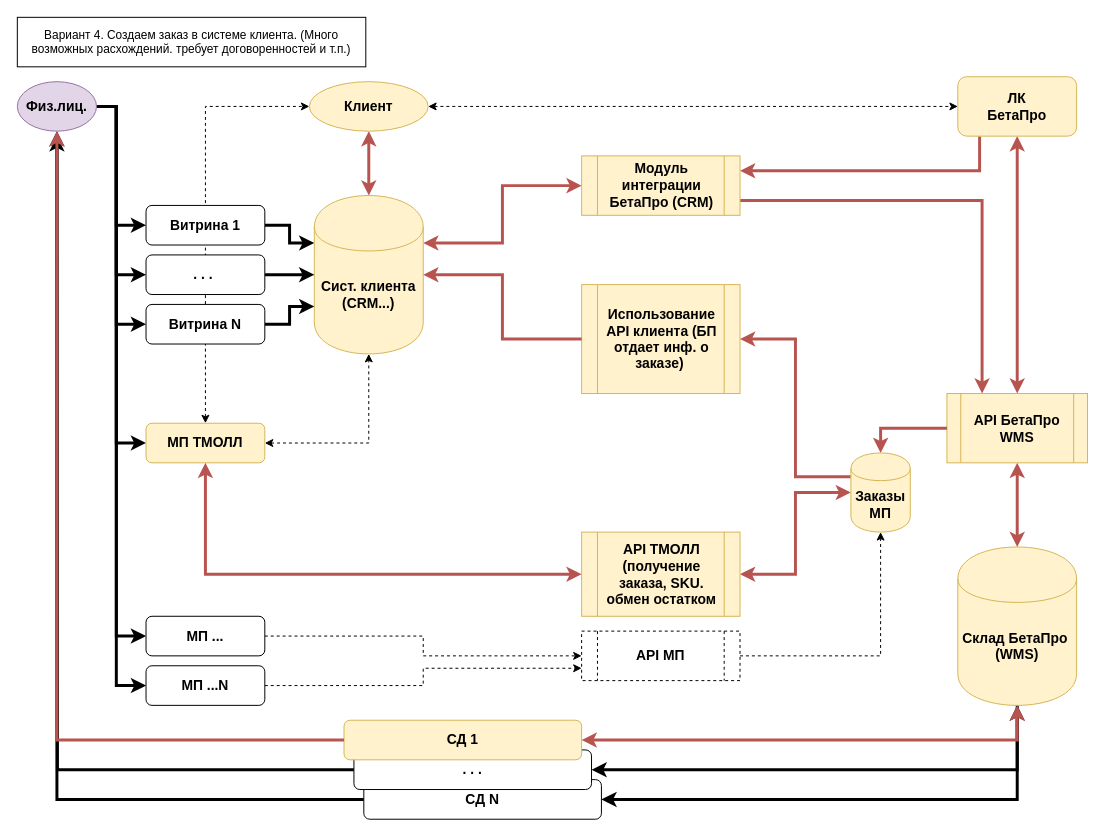
This is page "Ex_cr_ord" (5 of 5) of diag_1.drawio from BetaproRep/DOC_1, a draw.io file, before an edit. Source tidied: cells renumbered, new cells numbered last; positions are measured from the earlier drawing's top-left corner, leaving out a move shared by most shapes. Both pictures are drawn from the tidied source at 99%, with x=0, y=0 at pixel (17, 17).
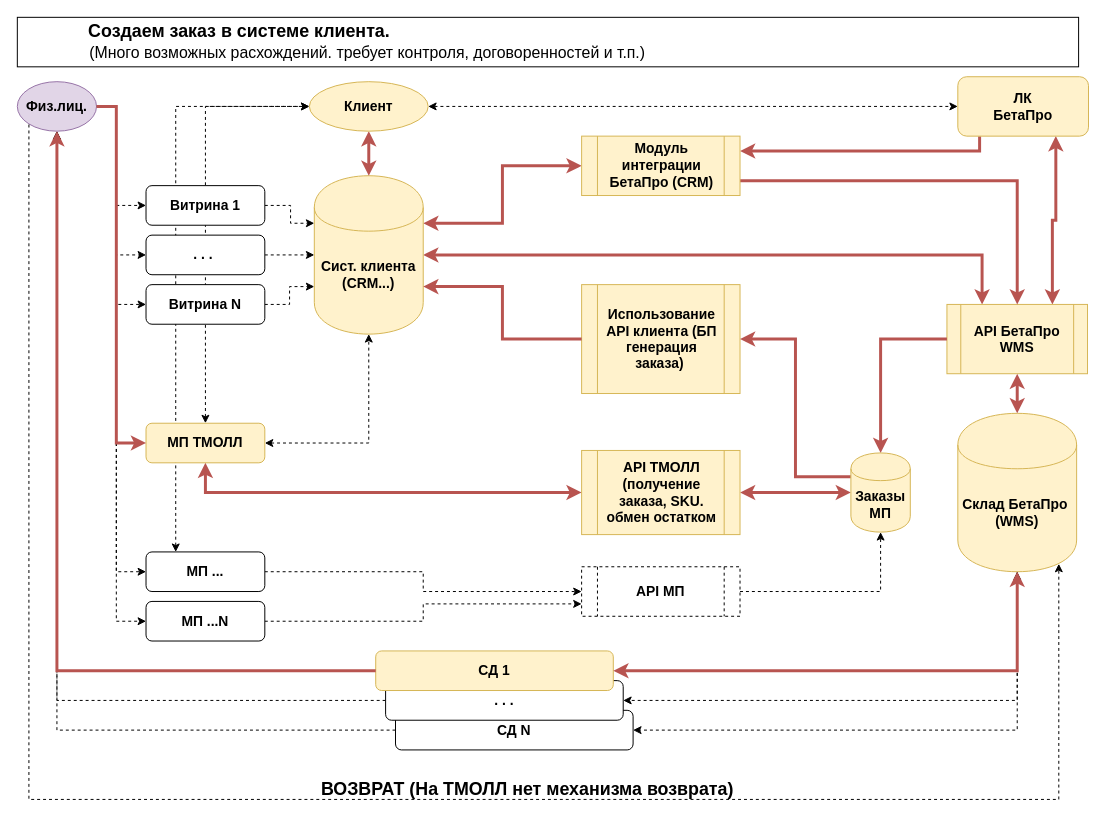
The same page after the edit.

The change refers to these unchanged cells:
```xml
<mxCell id="23" value="&lt;b&gt;&lt;font style=&quot;font-size: 14px&quot;&gt;МП ТМОЛЛ&lt;/font&gt;&lt;/b&gt;" style="shape=ext;rounded=1;html=1;whiteSpace=wrap;fillColor=#fff2cc;strokeColor=#d6b656;" parent="1" vertex="1">
  <mxGeometry x="130" y="410" width="120" height="40" as="geometry" />
</mxCell>
<mxCell id="40" value="&lt;b&gt;&lt;font style=&quot;font-size: 14px&quot;&gt;Клиент&lt;/font&gt;&lt;/b&gt;" style="ellipse;whiteSpace=wrap;html=1;fillColor=#fff2cc;strokeColor=#d6b656;" parent="1" vertex="1">
  <mxGeometry x="295" y="65" width="120" height="50" as="geometry" />
</mxCell>
<mxCell id="41" value="&lt;b&gt;&lt;font style=&quot;font-size: 14px&quot;&gt;Физ.лиц.&lt;/font&gt;&lt;/b&gt;" style="ellipse;whiteSpace=wrap;html=1;fillColor=#e1d5e7;strokeColor=#9673a6;" parent="1" vertex="1">
  <mxGeometry y="65" width="80" height="50" as="geometry" />
</mxCell>
```

What changed in the source:
```diff
@@
+    <mxCell id="55" style="edgeStyle=orthogonalEdgeStyle;rounded=0;jettySize=auto;html=1;exitX=0.25;exitY=0;exitDx=0;exitDy=0;entryX=0;entryY=0.5;entryDx=0;entryDy=0;dashed=1;startArrow=classic;startFill=1;endArrow=classic;endFill=1;strokeColor=#000000;strokeWidth=1;" parent="1" edge="1" source="29" target="40">
+      <mxGeometry relative="1" as="geometry" />
+    </mxCell>
-    <mxCell id="2" style="edgeStyle=orthogonalEdgeStyle;rounded=0;jettySize=auto;html=1;exitX=1;exitY=0.5;exitDx=0;exitDy=0;entryX=0;entryY=0.5;entryDx=0;entryDy=0;strokeWidth=3;" parent="1" edge="1" source="41" target="51">
+    <mxCell id="2" style="edgeStyle=orthogonalEdgeStyle;rounded=0;jettySize=auto;html=1;exitX=1;exitY=0.5;exitDx=0;exitDy=0;entryX=0;entryY=0.5;entryDx=0;entryDy=0;strokeWidth=1;dashed=1;" parent="1" edge="1" source="41" target="51">
       <mxGeometry relative="1" as="geometry">
         <Array as="points">
           <mxPoint x="100" y="90" />
-          <mxPoint x="100" y="210" />
+          <mxPoint x="100" y="190" />
         </Array>
       </mxGeometry>
     </mxCell>
-    <mxCell id="3" style="edgeStyle=orthogonalEdgeStyle;rounded=0;jettySize=auto;html=1;exitX=1;exitY=0.5;exitDx=0;exitDy=0;entryX=0;entryY=0.5;entryDx=0;entryDy=0;strokeWidth=3;" parent="1" edge="1" source="41" target="50">
+    <mxCell id="3" style="edgeStyle=orthogonalEdgeStyle;rounded=0;jettySize=auto;html=1;exitX=1;exitY=0.5;exitDx=0;exitDy=0;entryX=0;entryY=0.5;entryDx=0;entryDy=0;strokeWidth=1;dashed=1;" parent="1" edge="1" source="41" target="50">
       <mxGeometry relative="1" as="geometry">
         <Array as="points">
           <mxPoint x="100" y="90" />
-          <mxPoint x="100" y="260" />
+          <mxPoint x="100" y="240" />
         </Array>
       </mxGeometry>
     </mxCell>
-    <mxCell id="4" style="edgeStyle=orthogonalEdgeStyle;rounded=0;jettySize=auto;html=1;exitX=1;exitY=0.5;exitDx=0;exitDy=0;entryX=0;entryY=0.5;entryDx=0;entryDy=0;strokeWidth=3;" parent="1" edge="1" source="41" target="23">
-      <mxGeometry relative="1" as="geometry">
-        <Array as="points">
-          <mxPoint x="100" y="90" />
-          <mxPoint x="100" y="430" />
-        </Array>
-      </mxGeometry>
-    </mxCell>
-    <mxCell id="5" style="edgeStyle=orthogonalEdgeStyle;rounded=0;jettySize=auto;html=1;exitX=1;exitY=0.5;exitDx=0;exitDy=0;entryX=0;entryY=0.5;entryDx=0;entryDy=0;startArrow=none;startFill=0;endArrow=classic;endFill=1;strokeWidth=3;" parent="1" edge="1" source="41" target="27">
+    <mxCell id="5" style="edgeStyle=orthogonalEdgeStyle;rounded=0;jettySize=auto;html=1;exitX=1;exitY=0.5;exitDx=0;exitDy=0;entryX=0;entryY=0.5;entryDx=0;entryDy=0;startArrow=none;startFill=0;endArrow=classic;endFill=1;strokeWidth=1;dashed=1;" parent="1" edge="1" source="41" target="27">
       <mxGeometry relative="1" as="geometry">
         <Array as="points">
           <mxPoint x="100" y="90" />
-          <mxPoint x="100" y="310" />
+          <mxPoint x="100" y="290" />
         </Array>
       </mxGeometry>
     </mxCell>
-    <mxCell id="6" style="edgeStyle=orthogonalEdgeStyle;rounded=0;jettySize=auto;html=1;exitX=1;exitY=0.5;exitDx=0;exitDy=0;entryX=0;entryY=0.5;entryDx=0;entryDy=0;startArrow=none;startFill=0;endArrow=classic;endFill=1;strokeWidth=3;" parent="1" edge="1" source="41" target="29">
+    <mxCell id="6" style="edgeStyle=orthogonalEdgeStyle;rounded=0;jettySize=auto;html=1;exitX=1;exitY=0.5;exitDx=0;exitDy=0;entryX=0;entryY=0.5;entryDx=0;entryDy=0;startArrow=none;startFill=0;endArrow=classic;endFill=1;strokeWidth=1;dashed=1;" parent="1" edge="1" source="41" target="29">
       <mxGeometry relative="1" as="geometry">
         <Array as="points">
           <mxPoint x="100" y="90" />
-          <mxPoint x="100" y="625" />
+          <mxPoint x="100" y="560" />
         </Array>
       </mxGeometry>
     </mxCell>
-    <mxCell id="7" style="edgeStyle=orthogonalEdgeStyle;rounded=0;jettySize=auto;html=1;exitX=1;exitY=0.5;exitDx=0;exitDy=0;entryX=0;entryY=0.5;entryDx=0;entryDy=0;startArrow=none;startFill=0;endArrow=classic;endFill=1;strokeWidth=3;" parent="1" edge="1" source="41" target="31">
+    <mxCell id="7" style="edgeStyle=orthogonalEdgeStyle;rounded=0;jettySize=auto;html=1;exitX=1;exitY=0.5;exitDx=0;exitDy=0;entryX=0;entryY=0.5;entryDx=0;entryDy=0;startArrow=none;startFill=0;endArrow=classic;endFill=1;strokeWidth=1;fillColor=#f8cecc;strokeColor=#000000;dashed=1;" parent="1" edge="1" source="41" target="31">
       <mxGeometry relative="1" as="geometry">
         <Array as="points">
           <mxPoint x="100" y="90" />
-          <mxPoint x="100" y="675" />
+          <mxPoint x="100" y="610" />
         </Array>
       </mxGeometry>
     </mxCell>
-    <mxCell id="8" style="edgeStyle=orthogonalEdgeStyle;rounded=0;jettySize=auto;html=1;exitX=1;exitY=0.5;exitDx=0;exitDy=0;entryX=0;entryY=0.3;entryDx=0;entryDy=0;strokeWidth=3;" parent="1" edge="1" source="51" target="10">
-      <mxGeometry relative="1" as="geometry" />
+    <mxCell id="8" style="edgeStyle=orthogonalEdgeStyle;rounded=0;jettySize=auto;html=1;exitX=1;exitY=0.5;exitDx=0;exitDy=0;entryX=0;entryY=0.3;entryDx=0;entryDy=0;strokeWidth=1;dashed=1;" parent="1" edge="1" source="51" target="10">
+      <mxGeometry relative="1" as="geometry">
+        <Array as="points">
+          <mxPoint x="276" y="190" />
+          <mxPoint x="276" y="208" />
+        </Array>
+      </mxGeometry>
     </mxCell>
@@
+    <mxCell id="56" style="edgeStyle=orthogonalEdgeStyle;rounded=0;jettySize=auto;html=1;exitX=1;exitY=0.5;exitDx=0;exitDy=0;entryX=0.25;entryY=0;entryDx=0;entryDy=0;startArrow=classic;startFill=1;endArrow=classic;endFill=1;strokeColor=#b85450;strokeWidth=3;fillColor=#f8cecc;" parent="1" edge="1" source="10" target="25">
+      <mxGeometry relative="1" as="geometry" />
+    </mxCell>
     <mxCell id="10" value="&lt;font style=&quot;font-size: 14px&quot;&gt;&lt;b&gt;Сист. клиента (CRM...)&lt;/b&gt;&lt;/font&gt;" style="shape=cylinder;whiteSpace=wrap;html=1;boundedLbl=1;backgroundOutline=1;fillColor=#fff2cc;strokeColor=#d6b656;" parent="1" vertex="1">
-      <mxGeometry x="300" y="180" width="110" height="160" as="geometry" />
+      <mxGeometry x="300" y="160" width="110" height="160" as="geometry" />
     </mxCell>
-    <mxCell id="11" style="edgeStyle=orthogonalEdgeStyle;rounded=0;jettySize=auto;html=1;exitX=0;exitY=0.5;exitDx=0;exitDy=0;strokeWidth=3;entryX=0.5;entryY=1;entryDx=0;entryDy=0;" parent="1" edge="1" source="12" target="41">
+    <mxCell id="11" style="edgeStyle=orthogonalEdgeStyle;rounded=0;jettySize=auto;html=1;exitX=0;exitY=0.5;exitDx=0;exitDy=0;strokeWidth=1;entryX=0.5;entryY=1;entryDx=0;entryDy=0;dashed=1;" parent="1" edge="1" source="12" target="41">
       <mxGeometry relative="1" as="geometry" />
     </mxCell>
     <mxCell id="12" value="&lt;font style=&quot;font-size: 14px&quot;&gt;&lt;b&gt;СД N&lt;/b&gt;&lt;/font&gt;" style="html=1;whiteSpace=wrap;rounded=1;" parent="1" vertex="1">
-      <mxGeometry x="350" y="770" width="240" height="40" as="geometry" />
+      <mxGeometry x="382" y="700" width="240" height="40" as="geometry" />
     </mxCell>
-    <mxCell id="13" style="edgeStyle=orthogonalEdgeStyle;rounded=0;jettySize=auto;html=1;exitX=0.5;exitY=0;exitDx=0;exitDy=0;entryX=0.5;entryY=1;entryDx=0;entryDy=0;endArrow=classic;endFill=1;startArrow=classic;startFill=1;strokeWidth=3;fillColor=#f8cecc;strokeColor=#b85450;" parent="1" edge="1" source="25" target="18">
+    <mxCell id="13" style="edgeStyle=orthogonalEdgeStyle;rounded=0;jettySize=auto;html=1;exitX=0.75;exitY=0;exitDx=0;exitDy=0;entryX=0.75;entryY=1;entryDx=0;entryDy=0;endArrow=classic;endFill=1;startArrow=classic;startFill=1;strokeWidth=3;fillColor=#f8cecc;strokeColor=#b85450;" parent="1" edge="1" source="25" target="18">
       <mxGeometry relative="1" as="geometry" />
     </mxCell>
-    <mxCell id="14" style="edgeStyle=orthogonalEdgeStyle;rounded=0;jettySize=auto;html=1;exitX=0.5;exitY=1;exitDx=0;exitDy=0;entryX=1;entryY=0.5;entryDx=0;entryDy=0;startArrow=none;startFill=0;endArrow=classic;endFill=1;strokeWidth=3;" parent="1" edge="1" source="16" target="12">
+    <mxCell id="14" style="edgeStyle=orthogonalEdgeStyle;rounded=0;jettySize=auto;html=1;exitX=0.5;exitY=1;exitDx=0;exitDy=0;entryX=1;entryY=0.5;entryDx=0;entryDy=0;startArrow=none;startFill=0;endArrow=classic;endFill=1;strokeWidth=1;dashed=1;" parent="1" edge="1" source="16" target="12">
       <mxGeometry relative="1" as="geometry" />
     </mxCell>
-    <mxCell id="15" style="edgeStyle=orthogonalEdgeStyle;rounded=0;jettySize=auto;html=1;exitX=0.5;exitY=1;exitDx=0;exitDy=0;entryX=1;entryY=0.5;entryDx=0;entryDy=0;startArrow=classic;startFill=1;endArrow=classic;endFill=1;strokeWidth=3;fillColor=#f8cecc;strokeColor=#000000;" parent="1" edge="1" source="16" target="46">
+    <mxCell id="15" style="edgeStyle=orthogonalEdgeStyle;rounded=0;jettySize=auto;html=1;exitX=0.5;exitY=1;exitDx=0;exitDy=0;entryX=1;entryY=0.5;entryDx=0;entryDy=0;startArrow=classic;startFill=1;endArrow=classic;endFill=1;strokeWidth=1;fillColor=#f8cecc;strokeColor=#000000;dashed=1;" parent="1" edge="1" source="16" target="46">
       <mxGeometry relative="1" as="geometry" />
     </mxCell>
     <mxCell id="16" value="&lt;font style=&quot;font-size: 14px&quot;&gt;&lt;b&gt;Склад&amp;nbsp;&lt;/b&gt;&lt;b&gt;БетаПро&amp;nbsp;&lt;br&gt;(WMS)&lt;/b&gt;&lt;/font&gt;" style="shape=cylinder;whiteSpace=wrap;html=1;boundedLbl=1;backgroundOutline=1;fillColor=#fff2cc;strokeColor=#d6b656;" parent="1" vertex="1">
-      <mxGeometry x="950" y="535" width="120" height="160" as="geometry" />
+      <mxGeometry x="950" y="400" width="120" height="160" as="geometry" />
     </mxCell>
     <mxCell id="17" style="edgeStyle=orthogonalEdgeStyle;rounded=0;jettySize=auto;html=1;entryX=1;entryY=0.25;entryDx=0;entryDy=0;startArrow=none;startFill=0;strokeColor=#b85450;strokeWidth=3;fillColor=#f8cecc;" parent="1" edge="1" source="18" target="33">
       <mxGeometry relative="1" as="geometry">
         <Array as="points">
-          <mxPoint x="972" y="155" />
+          <mxPoint x="972" y="135" />
         </Array>
       </mxGeometry>
     </mxCell>
     <mxCell id="18" value="&lt;b&gt;&lt;font style=&quot;font-size: 14px&quot;&gt;ЛК &lt;br&gt;БетаПро&lt;/font&gt;&lt;/b&gt;" style="rounded=1;whiteSpace=wrap;html=1;fillColor=#fff2cc;strokeColor=#d6b656;" parent="1" vertex="1">
-      <mxGeometry x="950" y="60" width="120" height="60" as="geometry" />
+      <mxGeometry x="950" y="60" width="132" height="60" as="geometry" />
     </mxCell>
-    <mxCell id="19" style="edgeStyle=orthogonalEdgeStyle;rounded=0;jettySize=auto;html=1;exitX=1;exitY=0.5;exitDx=0;exitDy=0;strokeWidth=3;" parent="1" edge="1" source="50" target="10">
+    <mxCell id="19" style="edgeStyle=orthogonalEdgeStyle;rounded=0;jettySize=auto;html=1;exitX=1;exitY=0.5;exitDx=0;exitDy=0;strokeWidth=1;dashed=1;" parent="1" edge="1" source="50" target="10">
       <mxGeometry relative="1" as="geometry" />
     </mxCell>
@@
     <mxCell id="21" style="edgeStyle=orthogonalEdgeStyle;rounded=0;jettySize=auto;html=1;entryX=0;entryY=0.5;entryDx=0;entryDy=0;startArrow=classic;startFill=1;exitX=0.5;exitY=1;exitDx=0;exitDy=0;fillColor=#f8cecc;strokeColor=#b85450;strokeWidth=3;" parent="1" edge="1" source="23" target="37">
       <mxGeometry relative="1" as="geometry">
         <Array as="points">
-          <mxPoint x="190" y="562" />
+          <mxPoint x="190" y="480" />
         </Array>
       </mxGeometry>
     </mxCell>
@@
     <mxCell id="25" value="&lt;span style=&quot;font-size: 14px ; white-space: normal&quot;&gt;&lt;b&gt;API БетаПро &lt;br&gt;WMS&lt;/b&gt;&lt;/span&gt;" style="shape=process;whiteSpace=wrap;html=1;backgroundOutline=1;align=center;fillColor=#fff2cc;strokeColor=#d6b656;" parent="1" vertex="1">
-      <mxGeometry x="939" y="380" width="142" height="70" as="geometry" />
+      <mxGeometry x="939" y="290" width="142" height="70" as="geometry" />
     </mxCell>
-    <mxCell id="26" style="edgeStyle=orthogonalEdgeStyle;rounded=0;jettySize=auto;html=1;exitX=1;exitY=0.5;exitDx=0;exitDy=0;entryX=0;entryY=0.7;entryDx=0;entryDy=0;startArrow=none;startFill=0;endArrow=classic;endFill=1;strokeWidth=3;" parent="1" edge="1" source="27" target="10">
+    <mxCell id="26" style="edgeStyle=orthogonalEdgeStyle;rounded=0;jettySize=auto;html=1;exitX=1;exitY=0.5;exitDx=0;exitDy=0;entryX=0;entryY=0.7;entryDx=0;entryDy=0;startArrow=none;startFill=0;endArrow=classic;endFill=1;strokeWidth=1;dashed=1;" parent="1" edge="1" source="27" target="10">
       <mxGeometry relative="1" as="geometry" />
     </mxCell>
     <mxCell id="27" value="&lt;font style=&quot;font-size: 14px&quot;&gt;&lt;b&gt;Витрина N&lt;/b&gt;&lt;/font&gt;" style="shape=ext;rounded=1;html=1;whiteSpace=wrap;" parent="1" vertex="1">
-      <mxGeometry x="130" y="290" width="120" height="40" as="geometry" />
+      <mxGeometry x="130" y="270" width="120" height="40" as="geometry" />
     </mxCell>
@@
     <mxCell id="29" value="&lt;b&gt;&lt;font style=&quot;font-size: 14px&quot;&gt;МП ...&lt;/font&gt;&lt;/b&gt;" style="shape=ext;rounded=1;html=1;whiteSpace=wrap;" parent="1" vertex="1">
-      <mxGeometry x="130" y="605" width="120" height="40" as="geometry" />
+      <mxGeometry x="130" y="540" width="120" height="40" as="geometry" />
     </mxCell>
@@
     <mxCell id="31" value="&lt;b&gt;&lt;font style=&quot;font-size: 14px&quot;&gt;МП ...N&lt;/font&gt;&lt;/b&gt;" style="shape=ext;rounded=1;html=1;whiteSpace=wrap;" parent="1" vertex="1">
-      <mxGeometry x="130" y="655" width="120" height="40" as="geometry" />
+      <mxGeometry x="130" y="590" width="120" height="40" as="geometry" />
     </mxCell>
-    <mxCell id="32" style="edgeStyle=orthogonalEdgeStyle;rounded=0;jettySize=auto;html=1;exitX=1;exitY=0.75;exitDx=0;exitDy=0;entryX=0.25;entryY=0;entryDx=0;entryDy=0;startArrow=none;startFill=0;endArrow=classic;endFill=1;strokeWidth=3;fillColor=#f8cecc;strokeColor=#b85450;" parent="1" edge="1" source="33" target="25">
+    <mxCell id="32" style="edgeStyle=orthogonalEdgeStyle;rounded=0;jettySize=auto;html=1;exitX=1;exitY=0.75;exitDx=0;exitDy=0;entryX=0.5;entryY=0;entryDx=0;entryDy=0;startArrow=none;startFill=0;endArrow=classic;endFill=1;strokeWidth=3;fillColor=#f8cecc;strokeColor=#b85450;" parent="1" edge="1" source="33" target="25">
       <mxGeometry relative="1" as="geometry">
         <Array as="points">
-          <mxPoint x="975" y="185" />
+          <mxPoint x="1010" y="165" />
         </Array>
       </mxGeometry>
     </mxCell>
     <mxCell id="33" value="&lt;div style=&quot;text-align: center&quot;&gt;&lt;span style=&quot;font-size: 14px&quot;&gt;&lt;b&gt;Модуль интеграции БетаПро (CRM)&lt;/b&gt;&lt;/span&gt;&lt;/div&gt;" style="shape=process;whiteSpace=wrap;html=1;backgroundOutline=1;align=left;fillColor=#fff2cc;strokeColor=#d6b656;" parent="1" vertex="1">
-      <mxGeometry x="570" y="140" width="160" height="60" as="geometry" />
+      <mxGeometry x="570" y="120" width="160" height="60" as="geometry" />
     </mxCell>
-    <mxCell id="34" value="&lt;div style=&quot;text-align: center&quot;&gt;&lt;span style=&quot;font-size: 14px&quot;&gt;&lt;b&gt;Использование API клиента (БП отдает инф. о заказе)&amp;nbsp;&lt;/b&gt;&lt;/span&gt;&lt;/div&gt;" style="shape=process;whiteSpace=wrap;html=1;backgroundOutline=1;align=left;fillColor=#fff2cc;strokeColor=#d6b656;" parent="1" vertex="1">
+    <mxCell id="34" value="&lt;div style=&quot;text-align: center&quot;&gt;&lt;span style=&quot;font-size: 14px&quot;&gt;&lt;b&gt;Использование API клиента (БП генерация заказа)&amp;nbsp;&lt;/b&gt;&lt;/span&gt;&lt;/div&gt;" style="shape=process;whiteSpace=wrap;html=1;backgroundOutline=1;align=left;fillColor=#fff2cc;strokeColor=#d6b656;" parent="1" vertex="1">
       <mxGeometry x="570" y="270" width="160" height="110" as="geometry" />
     </mxCell>
-    <mxCell id="35" style="edgeStyle=orthogonalEdgeStyle;rounded=0;jettySize=auto;html=1;entryX=1;entryY=0.5;entryDx=0;entryDy=0;startArrow=none;startFill=0;endArrow=classic;endFill=1;strokeWidth=3;exitX=0;exitY=0.5;exitDx=0;exitDy=0;fillColor=#f8cecc;strokeColor=#b85450;" parent="1" edge="1" source="34" target="10">
+    <mxCell id="35" style="edgeStyle=orthogonalEdgeStyle;rounded=0;jettySize=auto;html=1;entryX=1;entryY=0.7;entryDx=0;entryDy=0;startArrow=none;startFill=0;endArrow=classic;endFill=1;strokeWidth=3;exitX=0;exitY=0.5;exitDx=0;exitDy=0;fillColor=#f8cecc;strokeColor=#b85450;" parent="1" edge="1" source="34" target="10">
       <mxGeometry relative="1" as="geometry" />
     </mxCell>
@@
     <mxCell id="37" value="&lt;div style=&quot;text-align: center&quot;&gt;&lt;span style=&quot;font-size: 14px&quot;&gt;&lt;b&gt;API ТМОЛЛ (получение заказа, SKU. обмен остатком&lt;/b&gt;&lt;/span&gt;&lt;/div&gt;" style="shape=process;whiteSpace=wrap;html=1;backgroundOutline=1;align=left;fillColor=#fff2cc;strokeColor=#d6b656;" parent="1" vertex="1">
-      <mxGeometry x="570" y="520" width="160" height="85" as="geometry" />
+      <mxGeometry x="570" y="437.5" width="160" height="85" as="geometry" />
     </mxCell>
@@
-    <mxCell id="45" style="edgeStyle=orthogonalEdgeStyle;rounded=0;jettySize=auto;html=1;exitX=0;exitY=0.5;exitDx=0;exitDy=0;startArrow=none;startFill=0;endArrow=classic;endFill=1;strokeWidth=3;" parent="1" edge="1" source="46">
-      <mxGeometry relative="1" as="geometry">
-        <mxPoint x="40" y="120" as="targetPoint" />
-      </mxGeometry>
+    <mxCell id="45" style="edgeStyle=orthogonalEdgeStyle;rounded=0;jettySize=auto;html=1;exitX=0;exitY=0.5;exitDx=0;exitDy=0;startArrow=none;startFill=0;endArrow=classic;endFill=1;strokeWidth=1;entryX=0.5;entryY=1;entryDx=0;entryDy=0;dashed=1;" parent="1" edge="1" source="46" target="41">
+      <mxGeometry relative="1" as="geometry" />
     </mxCell>
     <mxCell id="46" value="&lt;span style=&quot;font-size: 14px&quot;&gt;&lt;b&gt;. . .&lt;/b&gt;&lt;/span&gt;" style="html=1;whiteSpace=wrap;rounded=1;" parent="1" vertex="1">
-      <mxGeometry x="340" y="740" width="240" height="40" as="geometry" />
+      <mxGeometry x="372" y="670" width="240" height="40" as="geometry" />
     </mxCell>
@@
     <mxCell id="48" value="&lt;div&gt;&lt;span style=&quot;font-size: 14px&quot;&gt;&lt;b&gt;API МП&lt;/b&gt;&lt;/span&gt;&lt;/div&gt;" style="shape=process;whiteSpace=wrap;html=1;backgroundOutline=1;align=center;dashed=1;" parent="1" vertex="1">
-      <mxGeometry x="570" y="620" width="160" height="50" as="geometry" />
+      <mxGeometry x="570" y="555" width="160" height="50" as="geometry" />
     </mxCell>
     <mxCell id="49" value="&lt;font style=&quot;font-size: 14px&quot;&gt;&lt;b&gt;СД 1&lt;/b&gt;&lt;/font&gt;" style="html=1;whiteSpace=wrap;rounded=1;fillColor=#fff2cc;strokeColor=#d6b656;" parent="1" vertex="1">
-      <mxGeometry x="330" y="710" width="240" height="40" as="geometry" />
+      <mxGeometry x="362" y="640" width="240" height="40" as="geometry" />
     </mxCell>
     <mxCell id="50" value="&lt;font style=&quot;font-size: 14px&quot;&gt;&lt;b&gt;. . .&amp;nbsp;&lt;/b&gt;&lt;/font&gt;" style="shape=ext;rounded=1;html=1;whiteSpace=wrap;" parent="1" vertex="1">
-      <mxGeometry x="130" y="240" width="120" height="40" as="geometry" />
+      <mxGeometry x="130" y="220" width="120" height="40" as="geometry" />
     </mxCell>
     <mxCell id="51" value="&lt;font style=&quot;font-size: 14px&quot;&gt;&lt;b&gt;Витрина 1&lt;/b&gt;&lt;/font&gt;" style="shape=ext;rounded=1;html=1;whiteSpace=wrap;" parent="1" vertex="1">
-      <mxGeometry x="130" y="190" width="120" height="40" as="geometry" />
+      <mxGeometry x="130" y="170" width="120" height="40" as="geometry" />
     </mxCell>
@@
-    <mxCell id="54" value="Вариант 4. Создаем заказ в системе клиента. (Много возможных расхождений. требует договоренностей и т.п.)" style="rounded=0;whiteSpace=wrap;html=1;" parent="1" vertex="1">
-      <mxGeometry width="352" height="50" as="geometry" />
+    <mxCell id="54" value="&lt;font&gt;&lt;span style=&quot;font-size: 18px&quot;&gt;&lt;b&gt;&amp;nbsp; &amp;nbsp; &amp;nbsp; &amp;nbsp; &amp;nbsp; &amp;nbsp; &amp;nbsp; Создаем заказ в системе клиента. &lt;/b&gt;&lt;br&gt;&lt;div&gt;&lt;span style=&quot;font-size: 12px&quot;&gt;&lt;font style=&quot;font-size: 16px&quot;&gt;&lt;b&gt;&amp;nbsp; &amp;nbsp; &amp;nbsp; &amp;nbsp; &amp;nbsp; &amp;nbsp; &amp;nbsp; &amp;nbsp; &lt;/b&gt;(Много возможных расхождений. требует контроля, договоренностей и т.п.)&lt;/font&gt;&lt;/span&gt;&lt;/div&gt;&lt;/span&gt;&lt;/font&gt;" style="rounded=0;whiteSpace=wrap;html=1;align=left;" parent="1" vertex="1">
+      <mxGeometry width="1072" height="50" as="geometry" />
     </mxCell>
+    <mxCell id="4" style="edgeStyle=orthogonalEdgeStyle;rounded=0;jettySize=auto;html=1;exitX=1;exitY=0.5;exitDx=0;exitDy=0;entryX=0;entryY=0.5;entryDx=0;entryDy=0;strokeWidth=3;fillColor=#f8cecc;strokeColor=#b85450;" parent="1" edge="1" source="41" target="23">
+      <mxGeometry relative="1" as="geometry">
+        <Array as="points">
+          <mxPoint x="100" y="90" />
+          <mxPoint x="100" y="430" />
+        </Array>
+      </mxGeometry>
+    </mxCell>
+    <mxCell id="57" style="edgeStyle=orthogonalEdgeStyle;rounded=0;jettySize=auto;html=1;exitX=0;exitY=1;exitDx=0;exitDy=0;entryX=0.85;entryY=0.95;entryDx=0;entryDy=0;entryPerimeter=0;dashed=1;startArrow=none;startFill=0;endArrow=classic;endFill=1;strokeColor=#000000;strokeWidth=1;" parent="1" edge="1" target="16">
+      <mxGeometry relative="1" as="geometry">
+        <mxPoint x="11.7" y="108.3" as="sourcePoint" />
+        <Array as="points">
+          <mxPoint x="12" y="790" />
+          <mxPoint x="1052" y="790" />
+        </Array>
+      </mxGeometry>
+    </mxCell>
+    <mxCell id="58" value="&lt;font style=&quot;font-size: 18px&quot;&gt;&lt;b&gt;ВОЗВРАТ (На ТМОЛЛ нет механизма возврата)&lt;/b&gt;&lt;/font&gt;" style="text;html=1;align=center;verticalAlign=middle;" parent="1" vertex="1">
+      <mxGeometry x="300" y="770" width="430" height="20" as="geometry" />
+    </mxCell>
```
